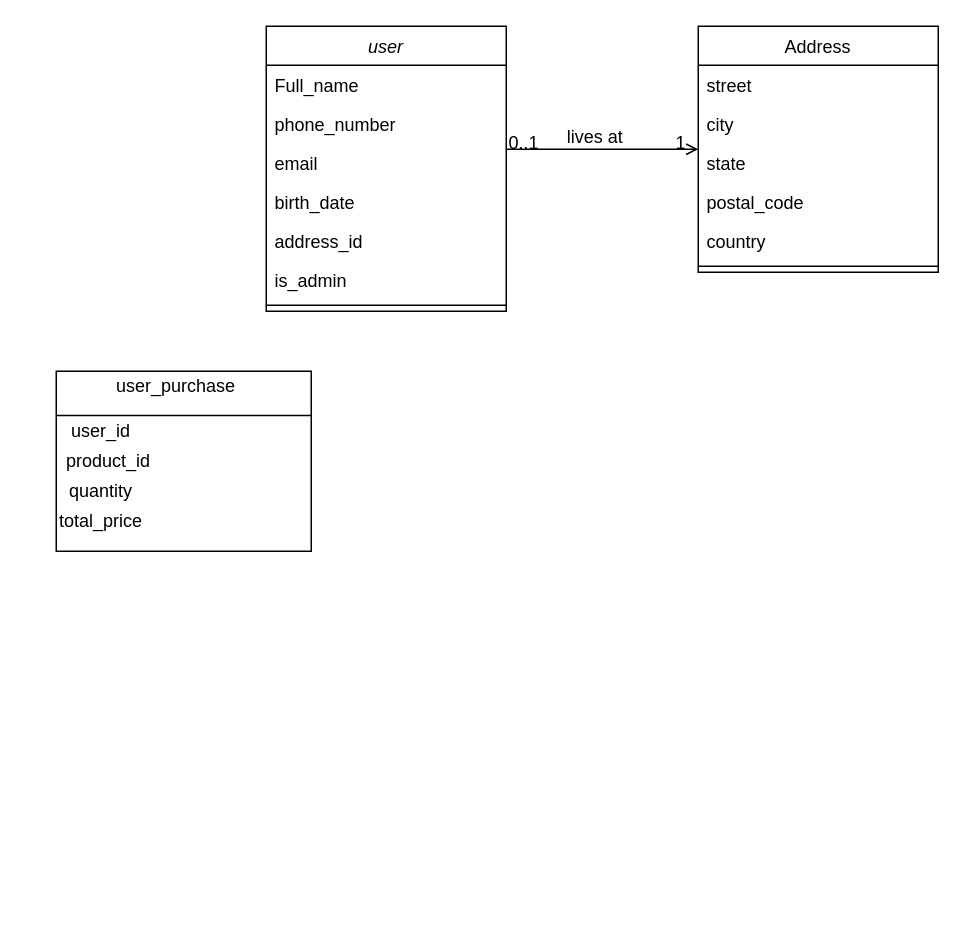
Before: Untitled Diagram.drawio in annaclaraf/MarketX-API, a draw.io diagram. Source tidied: cells renumbered, new cells numbered last; positions are measured from the earlier drawing's top-left corner, leaving out a move shared by most shapes. Both pictures are drawn from the tidied source at 150%, with x=0, y=0 at pixel (26, 26).
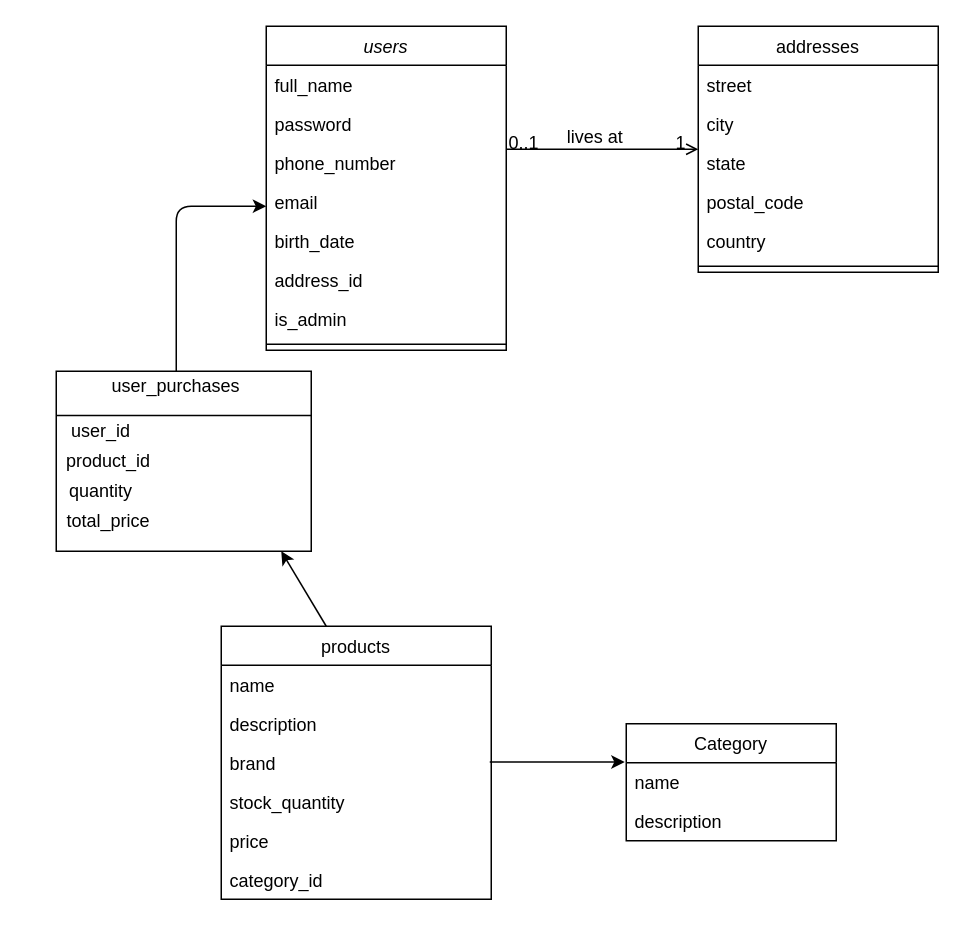
The same diagram, later.

Change to the diagram source:
```diff
@@
-    <mxCell id="2" value="user" style="swimlane;fontStyle=2;align=center;verticalAlign=top;horizontal=1;startSize=26;rounded=0;shadow=0;strokeWidth=1;" parent="1" vertex="1">
-      <mxGeometry x="160" width="160" height="190" as="geometry" />
+    <mxCell id="2" value="users" style="swimlane;fontStyle=2;align=center;verticalAlign=top;horizontal=1;startSize=26;rounded=0;shadow=0;strokeWidth=1;" parent="1" vertex="1">
+      <mxGeometry x="160" width="160" height="216" as="geometry" />
     </mxCell>
-    <mxCell id="3" value="Full_name" style="text;align=left;verticalAlign=top;spacingLeft=4;spacingRight=4;overflow=hidden;" parent="2" vertex="1">
+    <mxCell id="3" value="full_name" style="text;align=left;verticalAlign=top;spacingLeft=4;spacingRight=4;overflow=hidden;" parent="2" vertex="1">
       <mxGeometry y="26" width="160" height="26" as="geometry" />
     </mxCell>
+    <mxCell id="28" value="password" style="text;align=left;verticalAlign=top;spacingLeft=4;spacingRight=4;overflow=hidden;" parent="2" vertex="1">
+      <mxGeometry y="52" width="160" height="26" as="geometry" />
+    </mxCell>
     <mxCell id="4" value="phone_number" style="text;align=left;verticalAlign=top;spacingLeft=4;spacingRight=4;overflow=hidden;rounded=0;shadow=0;html=0;" parent="2" vertex="1">
-      <mxGeometry y="52" width="160" height="26" as="geometry" />
+      <mxGeometry y="78" width="160" height="26" as="geometry" />
     </mxCell>
     <mxCell id="5" value="email" style="text;align=left;verticalAlign=top;spacingLeft=4;spacingRight=4;overflow=hidden;points=[[0,0.5],[1,0.5]];portConstraint=eastwest;rounded=0;shadow=0;html=0;" parent="2" vertex="1">
-      <mxGeometry y="78" width="160" height="26" as="geometry" />
+      <mxGeometry y="104" width="160" height="26" as="geometry" />
     </mxCell>
     <mxCell id="6" value="birth_date" style="text;align=left;verticalAlign=top;spacingLeft=4;spacingRight=4;overflow=hidden;rounded=0;shadow=0;html=0;" parent="2" vertex="1">
-      <mxGeometry y="104" width="160" height="26" as="geometry" />
+      <mxGeometry y="130" width="160" height="26" as="geometry" />
     </mxCell>
     <mxCell id="7" value="address_id" style="text;align=left;verticalAlign=top;spacingLeft=4;spacingRight=4;overflow=hidden;rounded=0;shadow=0;html=0;" parent="2" vertex="1">
-      <mxGeometry y="130" width="160" height="26" as="geometry" />
+      <mxGeometry y="156" width="160" height="26" as="geometry" />
     </mxCell>
     <mxCell id="8" value="is_admin&#10;" style="text;align=left;verticalAlign=top;spacingLeft=4;spacingRight=4;overflow=hidden;rounded=0;shadow=0;html=0;" parent="2" vertex="1">
-      <mxGeometry y="156" width="160" height="26" as="geometry" />
+      <mxGeometry y="182" width="160" height="26" as="geometry" />
     </mxCell>
     <mxCell id="9" style="line;html=1;strokeWidth=1;align=left;verticalAlign=middle;spacingTop=-1;spacingLeft=3;spacingRight=3;labelPosition=right;" parent="2" vertex="1">
-      <mxGeometry y="182" width="160" height="8" as="geometry" />
+      <mxGeometry y="208" width="160" height="8" as="geometry" />
     </mxCell>
-    <mxCell id="10" value="Address" style="swimlane;fontStyle=0;align=center;verticalAlign=top;horizontal=1;startSize=26;rounded=0;shadow=0;strokeWidth=1;" parent="1" vertex="1">
+    <mxCell id="10" value="addresses" style="swimlane;fontStyle=0;align=center;verticalAlign=top;horizontal=1;startSize=26;rounded=0;shadow=0;strokeWidth=1;" parent="1" vertex="1">
       <mxGeometry x="448" width="160" height="164" as="geometry" />
     </mxCell>
@@
-    <mxCell id="22" value="user_purchase" style="text;html=1;strokeColor=none;fillColor=none;align=center;verticalAlign=middle;whiteSpace=wrap;rounded=0;" parent="1" vertex="1">
+    <mxCell id="22" value="user_purchases" style="text;html=1;strokeColor=none;fillColor=none;align=center;verticalAlign=middle;whiteSpace=wrap;rounded=0;" parent="1" vertex="1">
       <mxGeometry x="80" y="230" width="40" height="20" as="geometry" />
     </mxCell>
@@
     <mxCell id="27" value="total_price" style="text;html=1;strokeColor=none;fillColor=none;align=center;verticalAlign=middle;whiteSpace=wrap;rounded=0;" parent="1" vertex="1">
-      <mxGeometry x="30" y="320" width="40" height="20" as="geometry" />
+      <mxGeometry x="35" y="320" width="40" height="20" as="geometry" />
     </mxCell>
+    <mxCell id="29" style="endArrow=classic;html=1;" parent="1" edge="1">
+      <mxGeometry relative="1" as="geometry">
+        <mxPoint x="200" y="400" as="sourcePoint" />
+        <mxPoint x="170" y="350" as="targetPoint" />
+      </mxGeometry>
+    </mxCell>
+    <mxCell id="30" style="endArrow=classic;html=1;entryX=0;entryY=0.615;entryDx=0;entryDy=0;entryPerimeter=0;exitX=0.5;exitY=0;exitDx=0;exitDy=0;" parent="1" edge="1" source="22" target="5">
+      <mxGeometry relative="1" as="geometry">
+        <Array as="points">
+          <mxPoint x="100" y="120" />
+        </Array>
+      </mxGeometry>
+    </mxCell>
+    <mxCell id="31" value="products" style="swimlane;fontStyle=0;horizontal=1;startSize=26;" parent="1" vertex="1">
+      <mxGeometry x="130" y="400" width="180" height="182" as="geometry" />
+    </mxCell>
+    <mxCell id="32" value="name" style="text;strokeColor=none;fillColor=none;align=left;verticalAlign=top;spacingLeft=4;spacingRight=4;overflow=hidden;" parent="31" vertex="1">
+      <mxGeometry y="26" width="180" height="26" as="geometry" />
+    </mxCell>
+    <mxCell id="33" value="description" style="text;strokeColor=none;fillColor=none;align=left;verticalAlign=top;spacingLeft=4;spacingRight=4;overflow=hidden;" parent="31" vertex="1">
+      <mxGeometry y="52" width="180" height="26" as="geometry" />
+    </mxCell>
+    <mxCell id="34" value="brand" style="text;strokeColor=none;fillColor=none;align=left;verticalAlign=top;spacingLeft=4;spacingRight=4;overflow=hidden;" parent="31" vertex="1">
+      <mxGeometry y="78" width="180" height="26" as="geometry" />
+    </mxCell>
+    <mxCell id="35" value="stock_quantity" style="text;strokeColor=none;fillColor=none;align=left;verticalAlign=top;spacingLeft=4;spacingRight=4;overflow=hidden;" parent="31" vertex="1">
+      <mxGeometry y="104" width="180" height="26" as="geometry" />
+    </mxCell>
+    <mxCell id="36" value="price" style="text;strokeColor=none;fillColor=none;align=left;verticalAlign=top;spacingLeft=4;spacingRight=4;overflow=hidden;" parent="31" vertex="1">
+      <mxGeometry y="130" width="180" height="26" as="geometry" />
+    </mxCell>
+    <mxCell id="37" value="category_id" style="text;strokeColor=none;fillColor=none;align=left;verticalAlign=top;spacingLeft=4;spacingRight=4;overflow=hidden;" parent="31" vertex="1">
+      <mxGeometry y="156" width="180" height="26" as="geometry" />
+    </mxCell>
+    <mxCell id="38" style="endArrow=classic;html=1;" parent="1" edge="1">
+      <mxGeometry relative="1" as="geometry">
+        <mxPoint x="309" y="490.5" as="sourcePoint" />
+        <mxPoint x="399" y="490.5" as="targetPoint" />
+      </mxGeometry>
+    </mxCell>
+    <mxCell id="39" value="Category" style="swimlane;fontStyle=0;horizontal=1;startSize=26;" parent="1" vertex="1">
+      <mxGeometry x="400" y="465" width="140" height="78" as="geometry" />
+    </mxCell>
+    <mxCell id="40" value="name" style="text;strokeColor=none;fillColor=none;align=left;verticalAlign=top;spacingLeft=4;spacingRight=4;overflow=hidden;" parent="39" vertex="1">
+      <mxGeometry y="26" width="140" height="26" as="geometry" />
+    </mxCell>
+    <mxCell id="41" value="description&#10;" style="text;strokeColor=none;fillColor=none;align=left;verticalAlign=top;spacingLeft=4;spacingRight=4;overflow=hidden;" parent="39" vertex="1">
+      <mxGeometry y="52" width="140" height="26" as="geometry" />
+    </mxCell>
```
